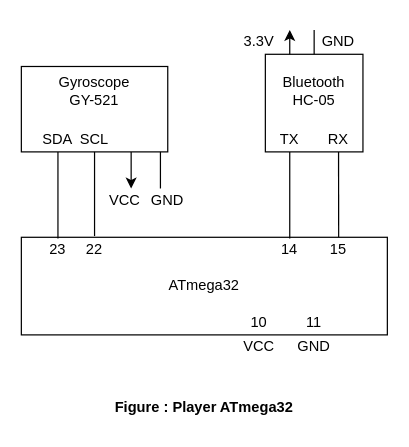
Earlier version of the draw.io diagram Documentation/Diagrams/Draw io files/Player Pin Diagram.drawio (prism97/CSE-316-Microcontroller-Project-Laser-Maze). Source tidied: cells renumbered, new cells numbered last; positions are measured from the earlier drawing's top-left corner, leaving out a move shared by most shapes. Both pictures are drawn from the tidied source at 122%, with x=0, y=0 at pixel (21, 29).
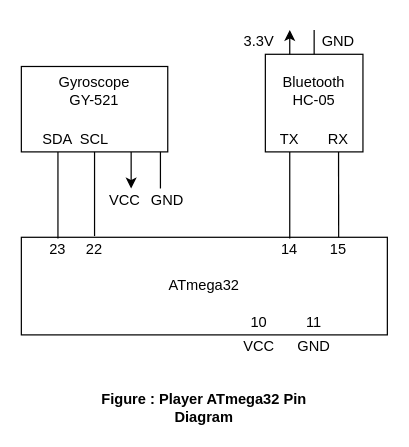
The same page after the edit.

Commit message (it also covers changes not shown here):
Receiver Pin Diagram Added :tada:

Diff of the diagram source:
```diff
@@
-    <mxCell id="18" value="Figure : Player ATmega32" style="text;html=1;strokeColor=none;fillColor=none;align=center;verticalAlign=middle;whiteSpace=wrap;rounded=0;fontStyle=1;" parent="1" vertex="1">
+    <mxCell id="18" value="Figure : Player ATmega32 Pin Diagram" style="text;html=1;strokeColor=none;fillColor=none;align=center;verticalAlign=middle;whiteSpace=wrap;rounded=0;fontStyle=1;" parent="1" vertex="1">
       <mxGeometry x="40" y="300" width="220" height="20" as="geometry" />
     </mxCell>
```
